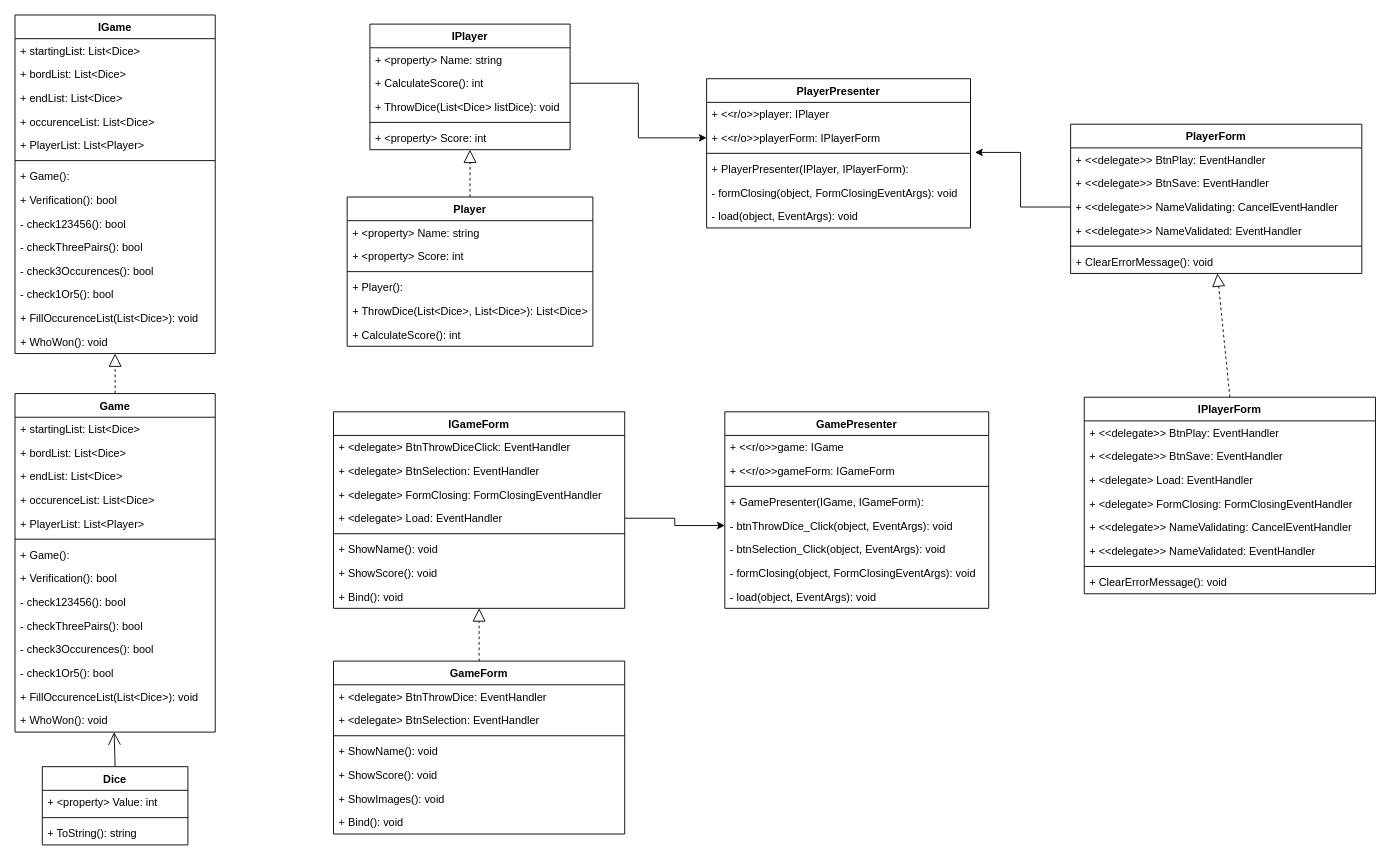
Above: FarkleUML.drawio in EricFunes/Farkle (draw.io), before the change. Source tidied: cells renumbered, new cells numbered last; positions are measured from the earlier drawing's top-left corner, leaving out a move shared by most shapes. Both pictures are drawn from the tidied source at 91%, with x=0, y=0 at pixel (15, 15).
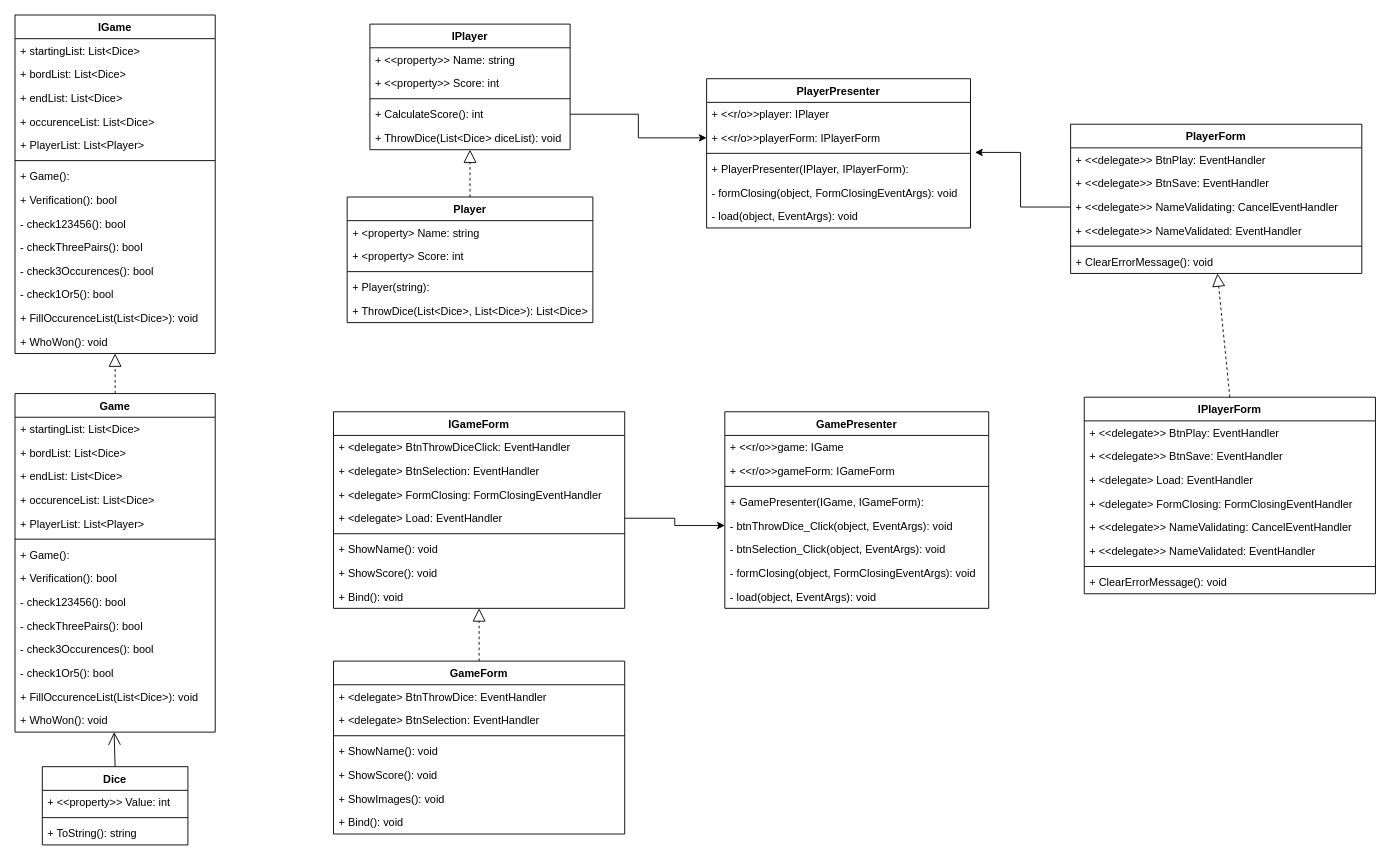
The same page after the edit.

Commit message:
Deleted method in Player.

Unchanged cells that the change refers to:
```xml
<mxCell id="18" value="Dice" style="swimlane;fontStyle=1;align=center;verticalAlign=top;horizontal=1;startSize=26;" parent="1" vertex="1">
  <mxGeometry x="30" y="826" width="160" height="86" as="geometry" />
</mxCell>
<mxCell id="32" value="IPlayer" style="swimlane;fontStyle=1;align=center;verticalAlign=top;horizontal=1;startSize=26;" parent="1" vertex="1">
  <mxGeometry x="390" y="10" width="220" height="138" as="geometry" />
</mxCell>
```

The edit, as a diff of the source:
```diff
@@
     <mxCell id="2" value="Player" style="swimlane;fontStyle=1;align=center;verticalAlign=top;horizontal=1;startSize=26;" parent="1" vertex="1">
-      <mxGeometry x="365" y="200" width="270" height="164" as="geometry" />
+      <mxGeometry x="365" y="200" width="270" height="138" as="geometry" />
     </mxCell>
@@
-    <mxCell id="6" value="+ Player(): " style="text;strokeColor=none;fillColor=none;align=left;verticalAlign=top;spacingLeft=4;spacingRight=4;overflow=hidden;" parent="2" vertex="1">
+    <mxCell id="6" value="+ Player(string): " style="text;strokeColor=none;fillColor=none;align=left;verticalAlign=top;spacingLeft=4;spacingRight=4;overflow=hidden;" parent="2" vertex="1">
       <mxGeometry y="86" width="270" height="26" as="geometry" />
     </mxCell>
@@
-    <mxCell id="8" value="+ CalculateScore(): int" style="text;strokeColor=none;fillColor=none;align=left;verticalAlign=top;spacingLeft=4;spacingRight=4;overflow=hidden;" parent="2" vertex="1">
-      <mxGeometry y="138" width="270" height="26" as="geometry" />
-    </mxCell>
@@
-    <mxCell id="19" value="+ &lt;property&gt; Value: int" style="text;strokeColor=none;fillColor=none;align=left;verticalAlign=top;spacingLeft=4;spacingRight=4;overflow=hidden;" parent="18" vertex="1">
+    <mxCell id="19" value="+ &lt;&lt;property&gt;&gt; Value: int" style="text;strokeColor=none;fillColor=none;align=left;verticalAlign=top;spacingLeft=4;spacingRight=4;overflow=hidden;" parent="18" vertex="1">
       <mxGeometry y="26" width="160" height="26" as="geometry" />
     </mxCell>
@@
-    <mxCell id="33" value="+ &lt;property&gt; Name: string" style="text;strokeColor=none;fillColor=none;align=left;verticalAlign=top;spacingLeft=4;spacingRight=4;overflow=hidden;" parent="32" vertex="1">
+    <mxCell id="33" value="+ &lt;&lt;property&gt;&gt; Name: string" style="text;strokeColor=none;fillColor=none;align=left;verticalAlign=top;spacingLeft=4;spacingRight=4;overflow=hidden;" parent="32" vertex="1">
       <mxGeometry y="26" width="220" height="26" as="geometry" />
     </mxCell>
+    <mxCell id="37" value="+ &lt;&lt;property&gt;&gt; Score: int" style="text;strokeColor=none;fillColor=none;align=left;verticalAlign=top;spacingLeft=4;spacingRight=4;overflow=hidden;points=[[0,0.5],[1,0.5]];portConstraint=eastwest;" parent="32" vertex="1">
+      <mxGeometry y="52" width="220" height="26" as="geometry" />
+    </mxCell>
+    <mxCell id="36" style="line;strokeWidth=1;fillColor=none;align=left;verticalAlign=middle;spacingTop=-1;spacingLeft=3;spacingRight=3;labelPosition=right;" parent="32" vertex="1">
+      <mxGeometry y="78" width="220" height="8" as="geometry" />
+    </mxCell>
     <mxCell id="34" value="+ CalculateScore(): int" style="text;strokeColor=none;fillColor=none;align=left;verticalAlign=top;spacingLeft=4;spacingRight=4;overflow=hidden;points=[[0,0.5],[1,0.5]];portConstraint=eastwest;" parent="32" vertex="1">
-      <mxGeometry y="52" width="220" height="26" as="geometry" />
+      <mxGeometry y="86" width="220" height="26" as="geometry" />
     </mxCell>
-    <mxCell id="35" value="+ ThrowDice(List&lt;Dice&gt; listDice): void" style="text;strokeColor=none;fillColor=none;align=left;verticalAlign=top;spacingLeft=4;spacingRight=4;overflow=hidden;points=[[0,0.5],[1,0.5]];portConstraint=eastwest;" parent="32" vertex="1">
-      <mxGeometry y="78" width="220" height="26" as="geometry" />
+    <mxCell id="35" value="+ ThrowDice(List&lt;Dice&gt; diceList): void" style="text;strokeColor=none;fillColor=none;align=left;verticalAlign=top;spacingLeft=4;spacingRight=4;overflow=hidden;points=[[0,0.5],[1,0.5]];portConstraint=eastwest;" parent="32" vertex="1">
+      <mxGeometry y="112" width="220" height="26" as="geometry" />
     </mxCell>
-    <mxCell id="36" style="line;strokeWidth=1;fillColor=none;align=left;verticalAlign=middle;spacingTop=-1;spacingLeft=3;spacingRight=3;labelPosition=right;" parent="32" vertex="1">
-      <mxGeometry y="104" width="220" height="8" as="geometry" />
-    </mxCell>
-    <mxCell id="37" value="+ &lt;property&gt; Score: int" style="text;strokeColor=none;fillColor=none;align=left;verticalAlign=top;spacingLeft=4;spacingRight=4;overflow=hidden;points=[[0,0.5],[1,0.5]];portConstraint=eastwest;" parent="32" vertex="1">
-      <mxGeometry y="112" width="220" height="26" as="geometry" />
-    </mxCell>
@@
-    <mxCell id="62" style="endArrow=block;dashed=1;endFill=0;endSize=12;html=1;exitX=0.5;exitY=0;exitDx=0;exitDy=0;" parent="1" edge="1" source="2" target="37">
+    <mxCell id="62" style="endArrow=block;dashed=1;endFill=0;endSize=12;html=1;exitX=0.5;exitY=0;exitDx=0;exitDy=0;" parent="1" edge="1" source="2" target="35">
       <mxGeometry relative="1" as="geometry" />
     </mxCell>
```
